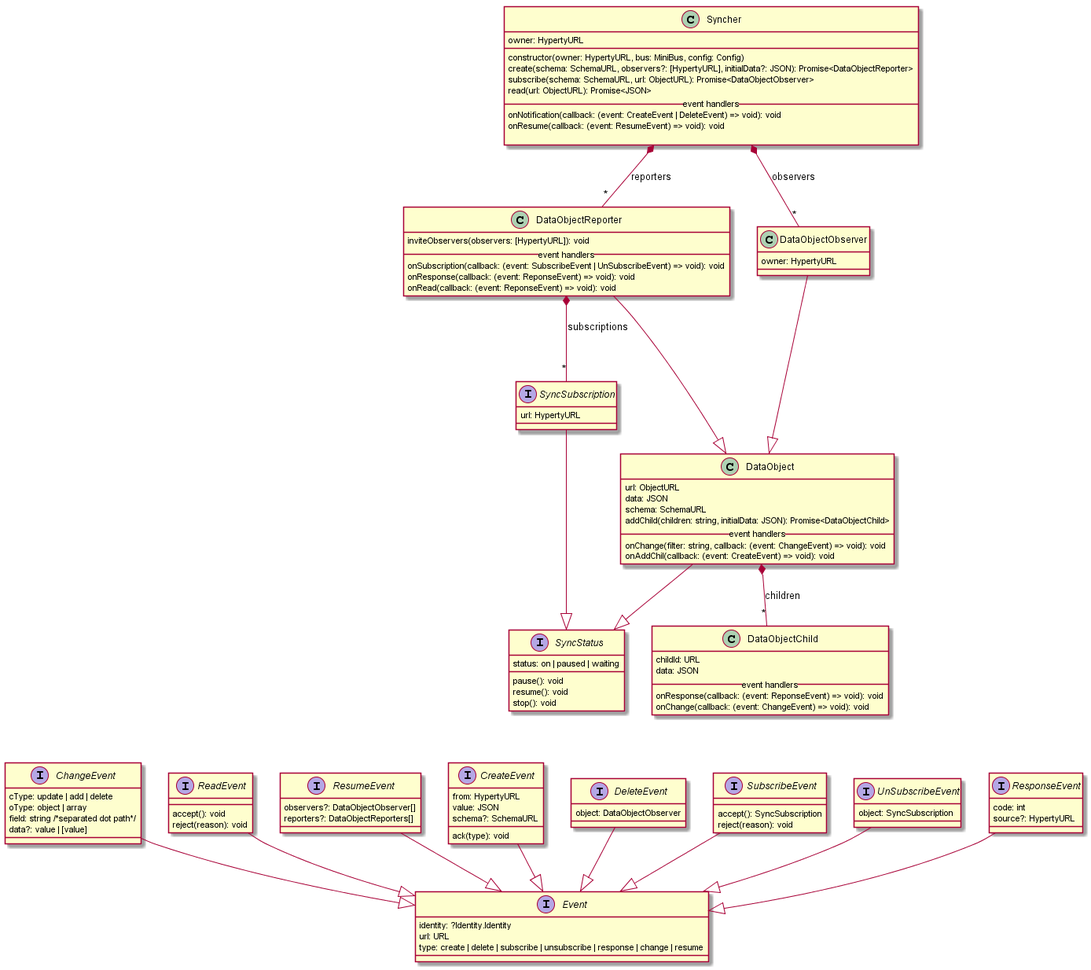
The PlantUML diagram service-framework/SyncherAPI.png in reTHINK-project/specs, before a commit.
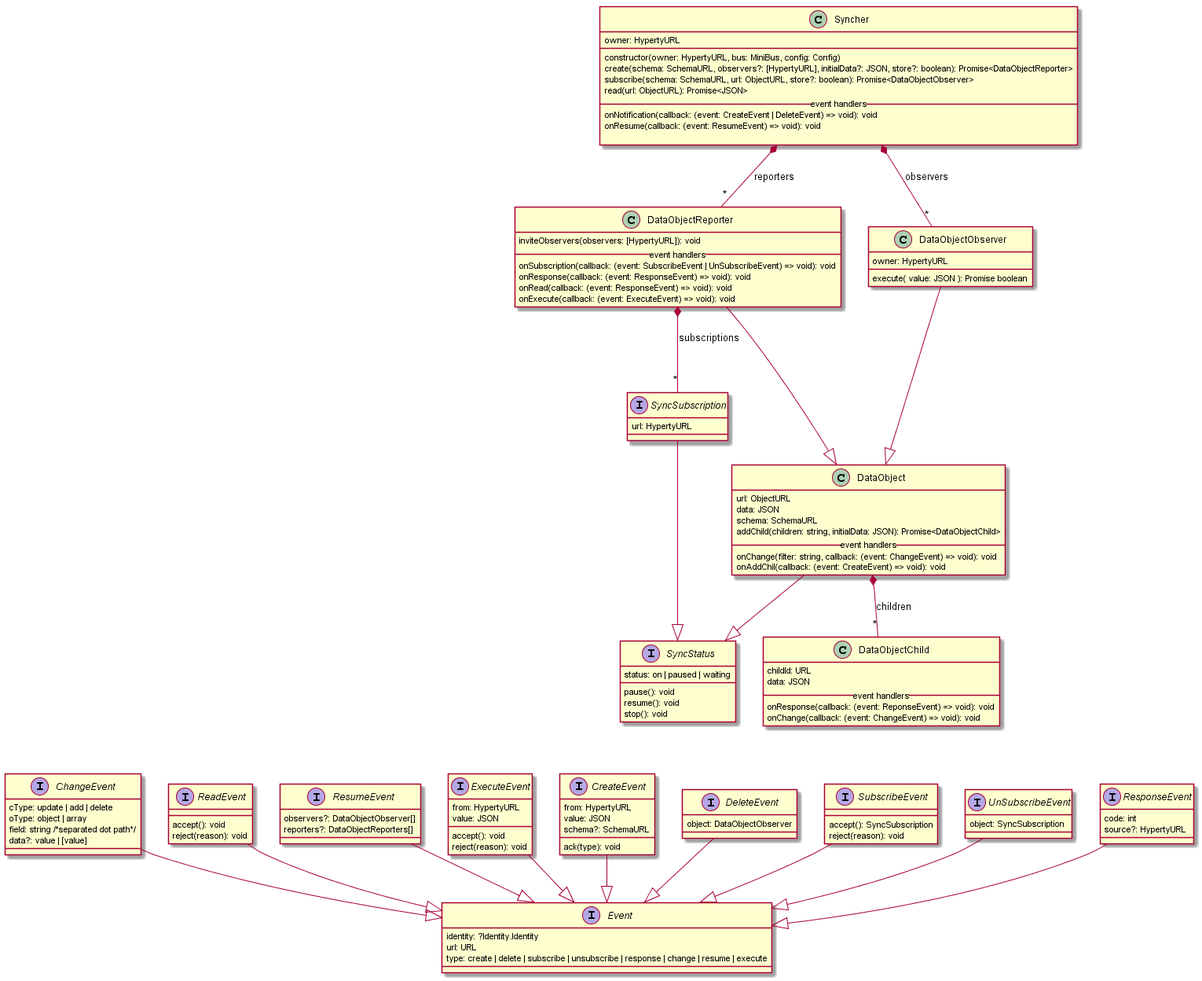
Above is the later version.

Commit message:
Syncher API updated to:

Change to the diagram source:
```diff
@@ -15,8 +15,8 @@
   owner: HypertyURL
   __
   constructor(owner: HypertyURL, bus: MiniBus, config: Config)
-  create(schema: SchemaURL, observers?: [HypertyURL], initialData?: JSON): Promise<DataObjectReporter>
-  subscribe(schema: SchemaURL, url: ObjectURL): Promise<DataObjectObserver>
+  create(schema: SchemaURL, observers?: [HypertyURL], initialData?: JSON, store?: boolean): Promise<DataObjectReporter>
+  subscribe(schema: SchemaURL, url: ObjectURL, store?: boolean): Promise<DataObjectObserver>
   read(url: ObjectURL): Promise<JSON>
   __ event handlers __
   onNotification(callback: (event: CreateEvent | DeleteEvent) => void): void
@@ -46,18 +46,20 @@
   inviteObservers(observers: [HypertyURL]): void
   __ event handlers __
   onSubscription(callback: (event: SubscribeEvent | UnSubscribeEvent) => void): void
-  onResponse(callback: (event: ReponseEvent) => void): void
-  onRead(callback: (event: ReponseEvent) => void): void
+  onResponse(callback: (event: ResponseEvent) => void): void
+  onRead(callback: (event: ResponseEvent) => void): void
+  onExecute(callback: (event: ExecuteEvent) => void): void
 }
 
 class DataObjectObserver {
   owner: HypertyURL
+  execute( value: JSON ): Promise boolean
 }
 
 interface Event {
   identity: ?Identity.Identity
   url: URL
-  type: create | delete | subscribe | unsubscribe | response | change | resume
+  type: create | delete | subscribe | unsubscribe | response | change | resume | execute
 }
 
 interface CreateEvent {
@@ -102,6 +104,13 @@
   reporters?: DataObjectReporters[]
 }
 
+interface ExecuteEvent {
+  from: HypertyURL
+  value: JSON
+  accept(): void
+  reject(reason): void
+}
+
 CreateEvent --|> Event
 DeleteEvent --|> Event
 SubscribeEvent --|> Event
@@ -110,6 +119,7 @@
 ChangeEvent --|> Event
 ReadEvent --|> Event
 ResumeEvent --|> Event
+ExecuteEvent --|> Event
 
 SyncSubscription --|> SyncStatus
 
```
